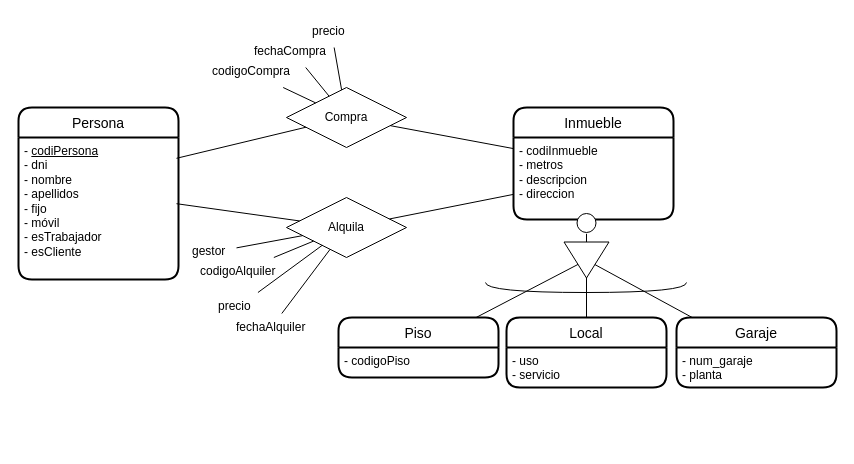
Above: ex18.drawio in JuanMarinG/TA12_MYSQL (draw.io), before the change. Source tidied: cells renumbered, new cells numbered last; positions are measured from the earlier drawing's top-left corner, leaving out a move shared by most shapes. Both pictures are drawn from the tidied source at 100%, with x=0, y=0 at pixel (18, 17).
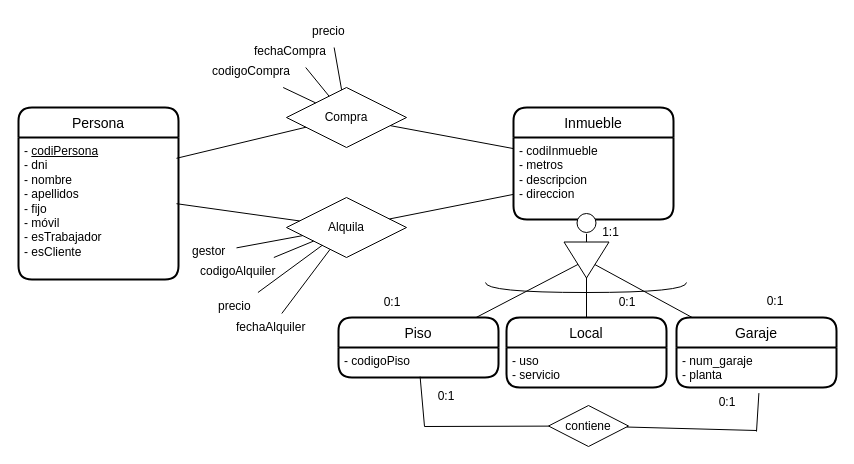
The same diagram, later.

Commit message:
cardinalidades inmuebles

The change refers to these unchanged cells:
```xml
<mxCell id="11" value="- codigoPiso" style="text;html=1;align=left;verticalAlign=top;points=[];strokeColor=none;fillColor=none;spacingLeft=4;" parent="10" vertex="1">
  <mxGeometry y="30" width="160" height="30" as="geometry" />
</mxCell>
<mxCell id="15" value="- num_garaje&lt;br&gt;- planta" style="text;html=1;align=left;verticalAlign=top;points=[];strokeColor=none;fillColor=none;spacingLeft=4;" parent="14" vertex="1">
  <mxGeometry y="30" width="160" height="40" as="geometry" />
</mxCell>
```

Change to the diagram source:
```diff
@@
+    <mxCell id="41" value="1:1" style="text;html=1;strokeColor=none;fillColor=none;align=center;verticalAlign=middle;whiteSpace=wrap;rounded=0;fontSize=12;" parent="1" vertex="1">
+      <mxGeometry x="577.5" y="202" width="29" height="25" as="geometry" />
+    </mxCell>
+    <mxCell id="42" value="0:1" style="text;html=1;strokeColor=none;fillColor=none;align=center;verticalAlign=middle;whiteSpace=wrap;rounded=0;fontSize=12;" parent="1" vertex="1">
+      <mxGeometry x="355" y="275" width="38" height="19" as="geometry" />
+    </mxCell>
+    <mxCell id="43" value="0:1" style="text;html=1;strokeColor=none;fillColor=none;align=center;verticalAlign=middle;whiteSpace=wrap;rounded=0;fontSize=12;" parent="1" vertex="1">
+      <mxGeometry x="590" y="275" width="38" height="19" as="geometry" />
+    </mxCell>
+    <mxCell id="44" value="0:1" style="text;html=1;strokeColor=none;fillColor=none;align=center;verticalAlign=middle;whiteSpace=wrap;rounded=0;fontSize=12;" parent="1" vertex="1">
+      <mxGeometry x="739" y="275" width="36" height="18" as="geometry" />
+    </mxCell>
+    <mxCell id="45" style="endArrow=none;html=1;rounded=0;fontSize=12;entryX=0.51;entryY=0.971;entryDx=0;entryDy=0;entryPerimeter=0;" parent="1" edge="1" target="11">
+      <mxGeometry relative="1" as="geometry">
+        <mxPoint x="406" y="409" as="sourcePoint" />
+      </mxGeometry>
+    </mxCell>
+    <mxCell id="46" style="endArrow=none;html=1;rounded=0;fontSize=12;startArrow=none;" parent="1" edge="1" source="48">
+      <mxGeometry relative="1" as="geometry">
+        <mxPoint x="738" y="413" as="targetPoint" />
+      </mxGeometry>
+    </mxCell>
+    <mxCell id="47" style="endArrow=none;html=1;rounded=0;fontSize=12;exitX=0.515;exitY=1.14;exitDx=0;exitDy=0;exitPerimeter=0;" parent="1" edge="1" source="15">
+      <mxGeometry relative="1" as="geometry">
+        <mxPoint x="738" y="414" as="targetPoint" />
+      </mxGeometry>
+    </mxCell>
+    <mxCell id="48" value="contiene" style="rhombus;whiteSpace=wrap;html=1;fontSize=12;" parent="1" vertex="1">
+      <mxGeometry x="530" y="388" width="80" height="41" as="geometry" />
+    </mxCell>
+    <mxCell id="49" style="endArrow=none;html=1;rounded=0;fontSize=12;" parent="1" edge="1" target="48">
+      <mxGeometry relative="1" as="geometry">
+        <mxPoint x="406" y="409" as="sourcePoint" />
+      </mxGeometry>
+    </mxCell>
+    <mxCell id="50" value="0:1" style="text;html=1;strokeColor=none;fillColor=none;align=center;verticalAlign=middle;whiteSpace=wrap;rounded=0;fontSize=12;" parent="1" vertex="1">
+      <mxGeometry x="679" y="370" width="60" height="30" as="geometry" />
+    </mxCell>
+    <mxCell id="51" value="0:1" style="text;html=1;strokeColor=none;fillColor=none;align=center;verticalAlign=middle;whiteSpace=wrap;rounded=0;fontSize=12;" parent="1" vertex="1">
+      <mxGeometry x="398" y="364" width="60" height="30" as="geometry" />
+    </mxCell>
```
